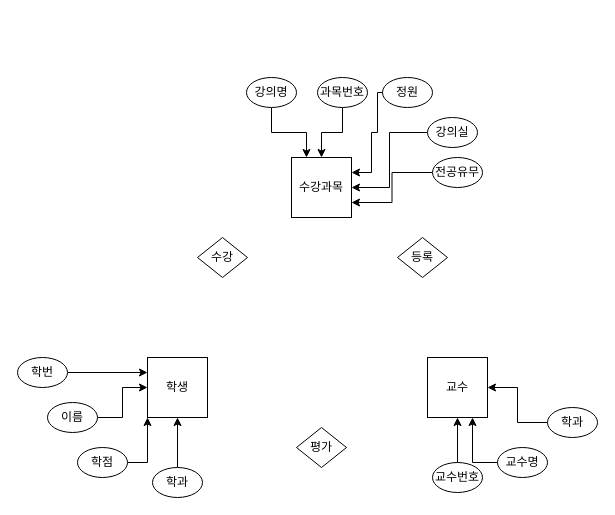
Above: Univ Diagram.drawio in y0y00700/WebPractice (draw.io), before the change. Source tidied: cells renumbered, new cells numbered last; positions are measured from the earlier drawing's top-left corner, leaving out a move shared by most shapes. Both pictures are drawn from the tidied source at 100%, with x=0, y=0 at pixel (17, 77).
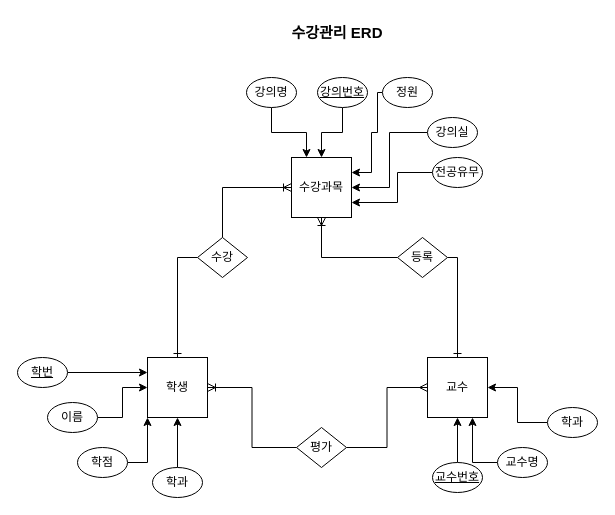
After the change.

The change refers to these unchanged cells:
```xml
<mxCell id="2" value="학생" style="whiteSpace=wrap;html=1;" parent="1" vertex="1">
  <mxGeometry x="130" y="280" width="60" height="60" as="geometry" />
</mxCell>
<mxCell id="3" value="교수" style="whiteSpace=wrap;html=1;" parent="1" vertex="1">
  <mxGeometry x="410" y="280" width="60" height="60" as="geometry" />
</mxCell>
<mxCell id="4" value="수강과목" style="whiteSpace=wrap;html=1;" parent="1" vertex="1">
  <mxGeometry x="274" y="80" width="60" height="60" as="geometry" />
</mxCell>
<mxCell id="5" value="등록" style="rhombus;whiteSpace=wrap;html=1;" parent="1" vertex="1">
  <mxGeometry x="380" y="160" width="50" height="40" as="geometry" />
</mxCell>
<mxCell id="6" value="평가" style="rhombus;whiteSpace=wrap;html=1;" parent="1" vertex="1">
  <mxGeometry x="279" y="350" width="50" height="40" as="geometry" />
</mxCell>
<mxCell id="7" value="수강" style="rhombus;whiteSpace=wrap;html=1;" parent="1" vertex="1">
  <mxGeometry x="180" y="160" width="50" height="40" as="geometry" />
</mxCell>
<mxCell id="31" value="전공유무" style="ellipse;whiteSpace=wrap;html=1;" parent="1" vertex="1">
  <mxGeometry x="415" y="80" width="50" height="30" as="geometry" />
</mxCell>
```

Diff of the diagram source:
```diff
@@
+    <mxCell id="32" style="edgeStyle=orthogonalEdgeStyle;rounded=0;jettySize=auto;html=1;entryX=0.5;entryY=1;entryDx=0;entryDy=0;endArrow=ERoneToMany;endFill=0;" parent="1" edge="1" source="5" target="4">
+      <mxGeometry relative="1" as="geometry" />
+    </mxCell>
+    <mxCell id="33" style="edgeStyle=orthogonalEdgeStyle;rounded=0;jettySize=auto;html=1;entryX=0.5;entryY=0;entryDx=0;entryDy=0;endArrow=ERone;endFill=0;exitX=1;exitY=0.5;exitDx=0;exitDy=0;" parent="1" edge="1" source="5" target="3">
+      <mxGeometry relative="1" as="geometry">
+        <Array as="points">
+          <mxPoint x="440" y="180" />
+        </Array>
+      </mxGeometry>
+    </mxCell>
@@
+    <mxCell id="34" style="edgeStyle=orthogonalEdgeStyle;rounded=0;jettySize=auto;html=1;entryX=1;entryY=0.5;entryDx=0;entryDy=0;endArrow=ERoneToMany;endFill=0;" parent="1" edge="1" source="6" target="2">
+      <mxGeometry relative="1" as="geometry" />
+    </mxCell>
+    <mxCell id="35" style="edgeStyle=orthogonalEdgeStyle;rounded=0;jettySize=auto;html=1;entryX=0;entryY=0.5;entryDx=0;entryDy=0;endArrow=ERmany;endFill=0;" parent="1" edge="1" source="6" target="3">
+      <mxGeometry relative="1" as="geometry" />
+    </mxCell>
@@
+    <mxCell id="36" style="edgeStyle=orthogonalEdgeStyle;rounded=0;jettySize=auto;html=1;entryX=0.5;entryY=0;entryDx=0;entryDy=0;endArrow=ERone;endFill=0;exitX=0;exitY=0.5;exitDx=0;exitDy=0;" parent="1" edge="1" source="7" target="2">
+      <mxGeometry relative="1" as="geometry" />
+    </mxCell>
+    <mxCell id="37" style="edgeStyle=orthogonalEdgeStyle;rounded=0;jettySize=auto;html=1;entryX=0;entryY=0.5;entryDx=0;entryDy=0;endArrow=ERoneToMany;endFill=0;exitX=0.5;exitY=0;exitDx=0;exitDy=0;" parent="1" edge="1" source="7" target="4">
+      <mxGeometry relative="1" as="geometry" />
+    </mxCell>
@@
-    <mxCell id="9" value="교수번호" style="ellipse;whiteSpace=wrap;html=1;" parent="1" vertex="1">
+    <mxCell id="9" value="교수번호" style="ellipse;whiteSpace=wrap;html=1;fontStyle=4;" parent="1" vertex="1">
       <mxGeometry x="415" y="385" width="50" height="30" as="geometry" />
     </mxCell>
@@
-    <mxCell id="11" value="학번" style="ellipse;whiteSpace=wrap;html=1;" parent="1" vertex="1">
+    <mxCell id="11" value="학번" style="ellipse;whiteSpace=wrap;html=1;fontStyle=4;" parent="1" vertex="1">
       <mxGeometry y="280" width="50" height="30" as="geometry" />
     </mxCell>
@@
-    <mxCell id="19" value="과목번호" style="ellipse;whiteSpace=wrap;html=1;" parent="1" vertex="1">
+    <mxCell id="19" value="강의번호" style="ellipse;whiteSpace=wrap;html=1;fontStyle=4;" parent="1" vertex="1">
       <mxGeometry x="300" width="50" height="30" as="geometry" />
     </mxCell>
@@
     <mxCell id="30" style="edgeStyle=orthogonalEdgeStyle;rounded=0;jettySize=auto;html=1;entryX=1;entryY=0.75;entryDx=0;entryDy=0;" parent="1" edge="1" source="31" target="4">
-      <mxGeometry relative="1" as="geometry" />
+      <mxGeometry relative="1" as="geometry">
+        <Array as="points">
+          <mxPoint x="380" y="95" />
+          <mxPoint x="380" y="125" />
+        </Array>
+      </mxGeometry>
     </mxCell>
@@
+    <mxCell id="38" value="&lt;b style=&quot;font-size: 15px;&quot;&gt;수강관리 ERD&lt;/b&gt;" style="text;html=1;strokeColor=none;fillColor=none;align=center;verticalAlign=middle;whiteSpace=wrap;rounded=0;fontSize=15;" parent="1" vertex="1">
+      <mxGeometry x="260" y="-60" width="120" height="30" as="geometry" />
+    </mxCell>
```
